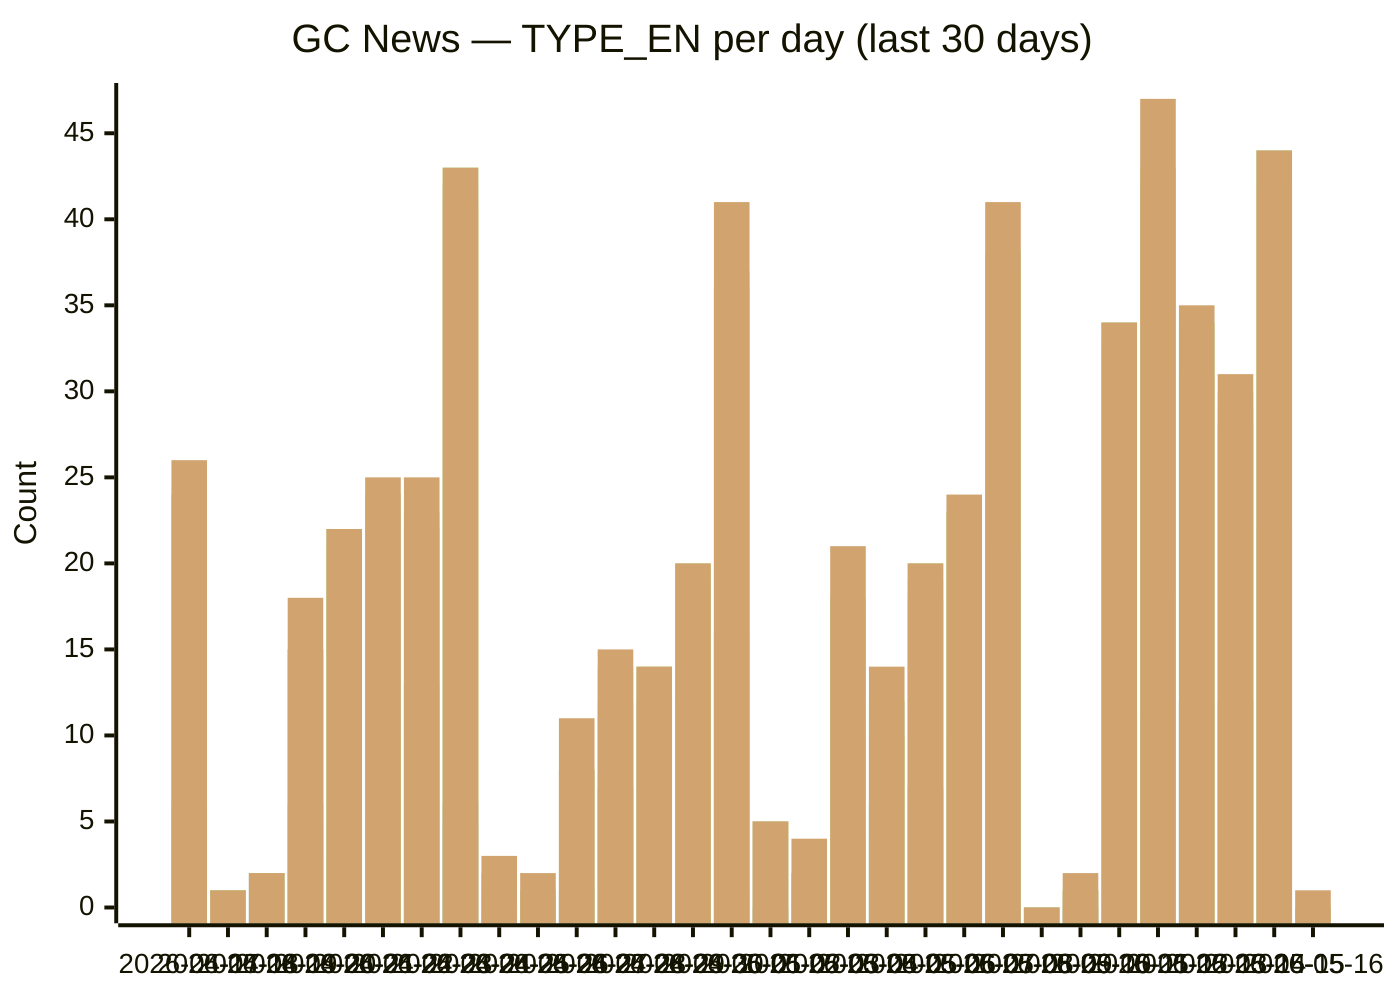
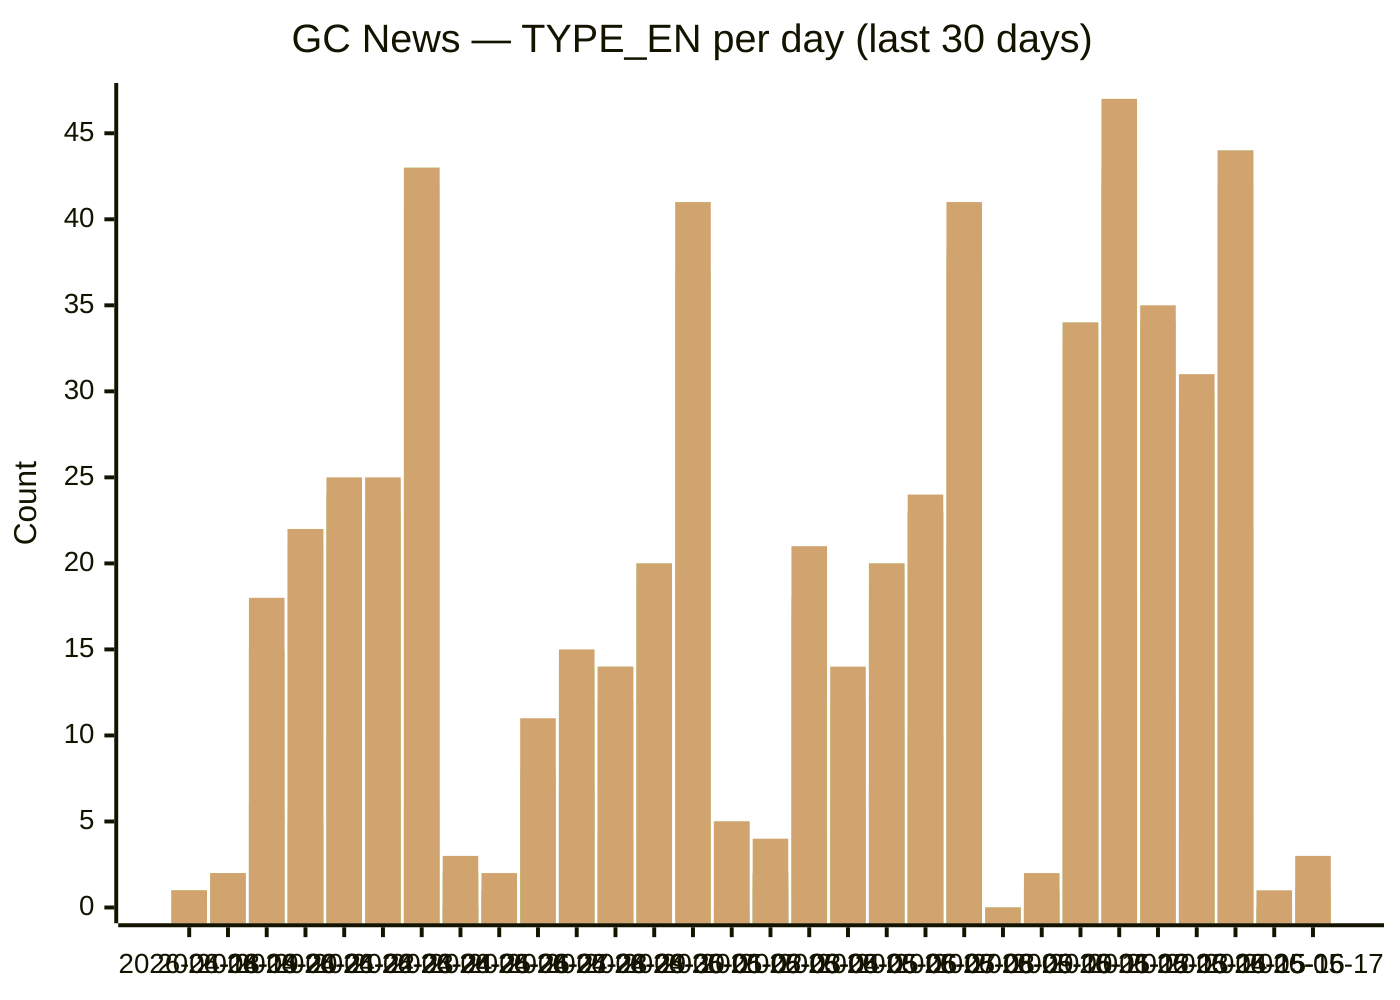
xychart-beta
  title "GC News — TYPE_EN per day (last 30 days)"
-   x-axis [2026-04-17, 2026-04-18, 2026-04-19, 2026-04-20, 2026-04-21, 2026-04-22, 2026-04-23, 2026-04-24, 2026-04-25, 2026-04-26, 2026-04-27, 2026-04-28, 2026-04-29, 2026-04-30, 2026-05-01, 2026-05-02, 2026-05-03, 2026-05-04, 2026-05-05, 2026-05-06, 2026-05-07, 2026-05-08, 2026-05-09, 2026-05-10, 2026-05-11, 2026-05-12, 2026-05-13, 2026-05-14, 2026-05-15, 2026-05-16]
+   x-axis [2026-04-18, 2026-04-19, 2026-04-20, 2026-04-21, 2026-04-22, 2026-04-23, 2026-04-24, 2026-04-25, 2026-04-26, 2026-04-27, 2026-04-28, 2026-04-29, 2026-04-30, 2026-05-01, 2026-05-02, 2026-05-03, 2026-05-04, 2026-05-05, 2026-05-06, 2026-05-07, 2026-05-08, 2026-05-09, 2026-05-10, 2026-05-11, 2026-05-12, 2026-05-13, 2026-05-14, 2026-05-15, 2026-05-16, 2026-05-17]
  y-axis "Count" 0 --> 47
-   bar backgrounders [3, 0, 0, 3, 1, 2, 1, 5, 0, 0, 1, 1, 0, 1, 1, 0, 0, 2, 1, 2, 0, 5, 0, 0, 2, 6, 2, 4, 5, 0]
-   bar "media advisories" [6, 0, 2, 6, 5, 10, 13, 6, 0, 1, 1, 7, 4, 13, 16, 0, 1, 4, 6, 7, 10, 21, 0, 0, 11, 18, 12, 12, 22, 0]
-   bar "news releases" [24, 1, 2, 15, 21, 24, 22, 41, 1, 1, 8, 11, 12, 19, 36, 5, 2, 17, 10, 18, 23, 37, 0, 1, 33, 42, 31, 28, 42, 0]
-   bar readouts [24, 1, 2, 15, 22, 24, 22, 42, 2, 1, 8, 12, 12, 19, 36, 5, 2, 17, 11, 19, 23, 37, 0, 1, 34, 42, 34, 29, 44, 0]
-   bar speeches [24, 1, 2, 15, 22, 24, 23, 43, 2, 1, 8, 14, 14, 20, 37, 5, 2, 18, 12, 20, 23, 38, 0, 1, 34, 43, 34, 30, 44, 0]
-   bar statements [26, 1, 2, 18, 22, 25, 25, 43, 3, 2, 11, 15, 14, 20, 41, 5, 4, 21, 14, 20, 24, 41, 0, 2, 34, 47, 35, 31, 44, 1]
+   bar backgrounders [0, 0, 3, 1, 2, 1, 5, 0, 0, 1, 1, 0, 1, 1, 0, 0, 2, 1, 2, 0, 5, 0, 0, 2, 6, 2, 4, 5, 0, 0]
+   bar "media advisories" [0, 2, 6, 5, 10, 13, 6, 0, 1, 1, 7, 4, 13, 16, 0, 1, 4, 6, 7, 10, 21, 0, 0, 11, 18, 12, 12, 22, 0, 0]
+   bar "news releases" [1, 2, 15, 21, 24, 22, 41, 1, 1, 8, 11, 12, 19, 36, 5, 2, 17, 10, 18, 23, 37, 0, 1, 33, 42, 31, 28, 42, 0, 1]
+   bar readouts [1, 2, 15, 22, 24, 22, 42, 2, 1, 8, 12, 12, 19, 36, 5, 2, 17, 11, 19, 23, 37, 0, 1, 34, 42, 34, 29, 44, 0, 1]
+   bar speeches [1, 2, 15, 22, 24, 23, 43, 2, 1, 8, 14, 14, 20, 37, 5, 2, 18, 12, 20, 23, 38, 0, 1, 34, 43, 34, 30, 44, 0, 1]
+   bar statements [1, 2, 18, 22, 25, 25, 43, 3, 2, 11, 15, 14, 20, 41, 5, 4, 21, 14, 20, 24, 41, 0, 2, 34, 47, 35, 31, 44, 1, 3]
